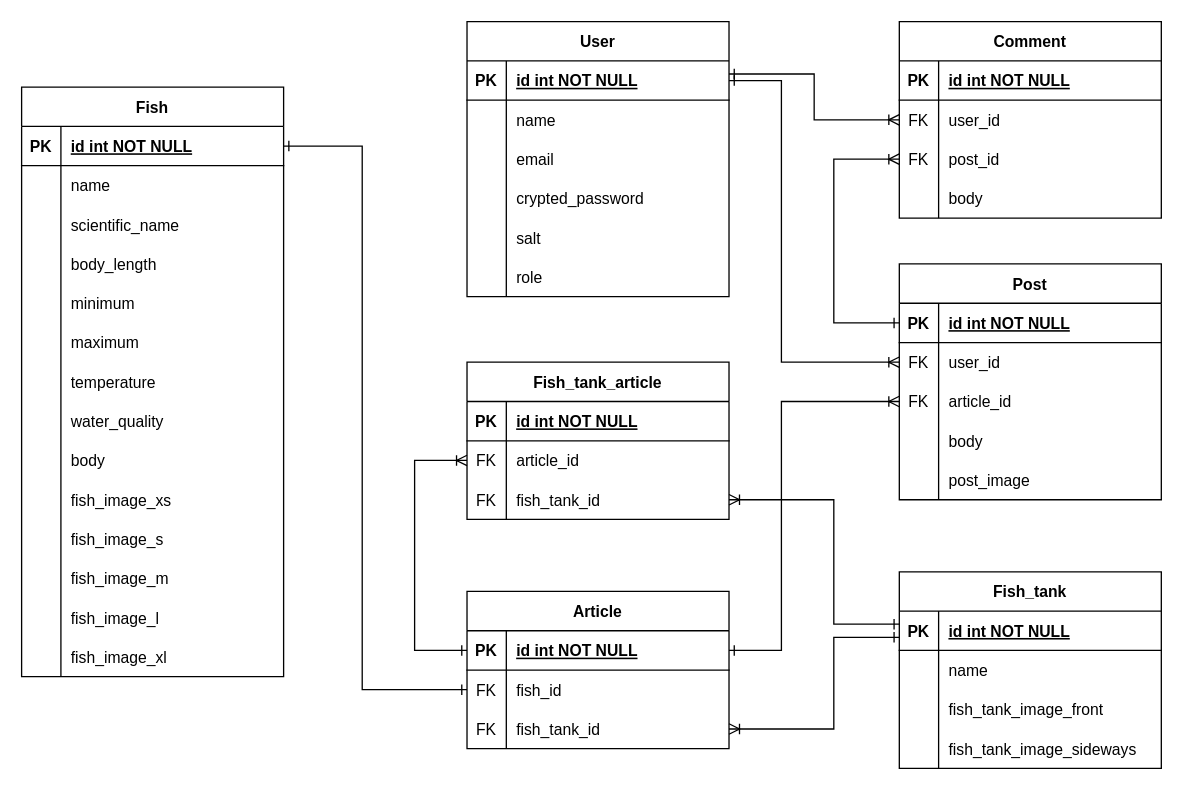
The draw.io diagram 名称未設定ファイル.drawio in kuro3415/how_to_keep_big_fish, before the edit. Source tidied: cells renumbered, new cells numbered last; positions are measured from the earlier drawing's top-left corner, leaving out a move shared by most shapes. Both pictures are drawn from the tidied source at 131%, with x=0, y=0 at pixel (21, 21).
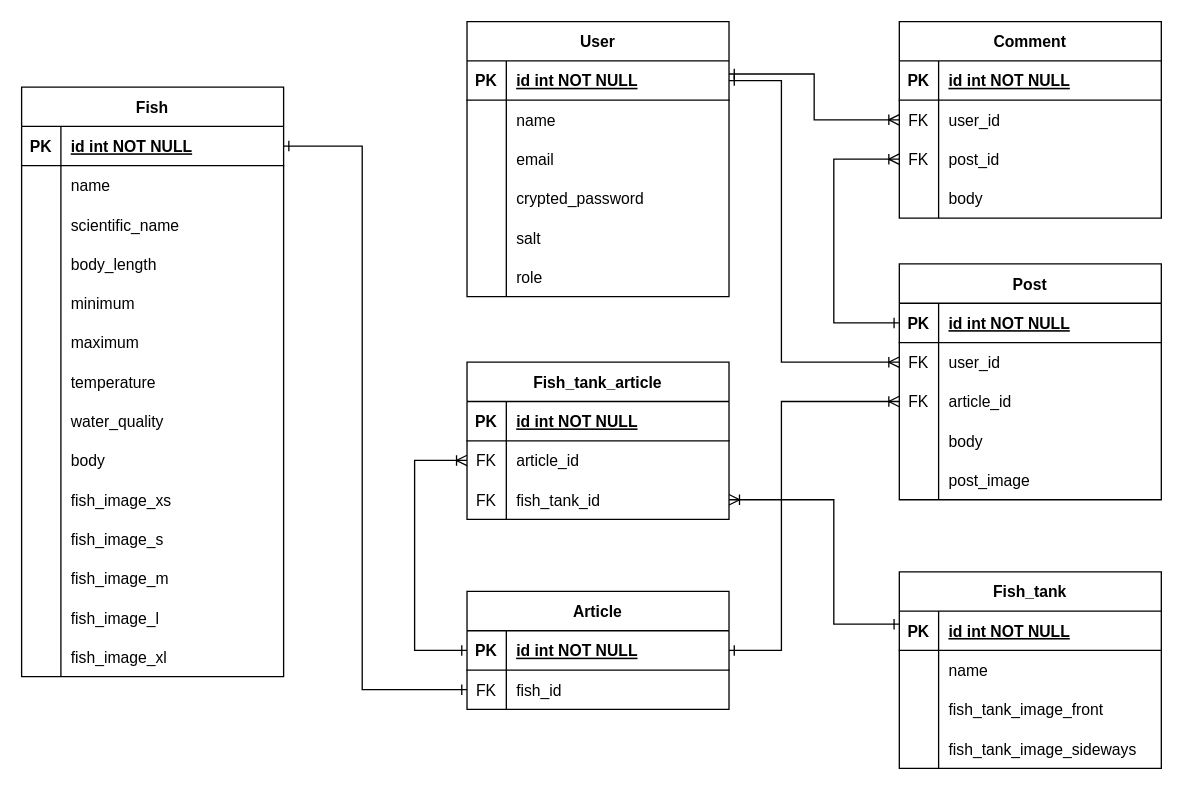
After the change.

Commit message:
名称未設定ファイル.drawio を更新します

Unchanged cells that the change refers to:
```xml
<mxCell id="75" style="shape=tableRow;horizontal=0;startSize=0;swimlaneHead=0;swimlaneBody=0;fillColor=none;points=[[0,0.5],[1,0.5]];portConstraint=eastwest;top=0;left=0;right=0;bottom=1;strokeWidth=1;" parent="74" vertex="1">
  <mxGeometry y="30" width="200" height="30" as="geometry" />
</mxCell>
```

Diff of the diagram source:
```diff
@@
     <mxCell id="21" value="Article" style="shape=table;startSize=30;childLayout=tableLayout;rowLines=0;fontStyle=1;align=center;strokeWidth=1;" parent="1" vertex="1">
-      <mxGeometry x="340" y="435" width="200" height="120" as="geometry" />
+      <mxGeometry x="340" y="435" width="200" height="90" as="geometry" />
     </mxCell>
@@
-    <mxCell id="28" style="shape=tableRow;horizontal=0;startSize=0;swimlaneHead=0;swimlaneBody=0;fillColor=none;points=[[0,0.5],[1,0.5]];portConstraint=eastwest;top=0;left=0;right=0;bottom=0;strokeWidth=1;" parent="21" vertex="1">
-      <mxGeometry y="90" width="200" height="30" as="geometry" />
-    </mxCell>
-    <mxCell id="29" value="FK" style="shape=partialRectangle;fillColor=none;top=0;left=0;bottom=0;right=0;overflow=hidden;strokeWidth=1;" parent="28" vertex="1">
-      <mxGeometry width="30" height="30" as="geometry" />
-    </mxCell>
-    <mxCell id="30" value="fish_tank_id" style="shape=partialRectangle;fillColor=none;top=0;left=0;bottom=0;right=0;align=left;spacingLeft=6;overflow=hidden;strokeWidth=1;" parent="28" vertex="1">
-      <mxGeometry x="30" width="170" height="30" as="geometry" />
-    </mxCell>
@@
-    <mxCell id="127" style="edgeStyle=orthogonalEdgeStyle;rounded=0;jettySize=auto;html=1;entryX=1;entryY=0.5;entryDx=0;entryDy=0;startArrow=ERone;startFill=0;endArrow=ERoneToMany;endFill=0;" parent="1" edge="1" source="75" target="28">
+    <mxCell id="127" style="edgeStyle=orthogonalEdgeStyle;rounded=0;jettySize=auto;html=1;entryX=1;entryY=0.5;entryDx=0;entryDy=0;startArrow=ERone;startFill=0;endArrow=ERoneToMany;endFill=0;" parent="1" edge="1" source="75">
       <mxGeometry relative="1" as="geometry">
         <Array as="points">
           <mxPoint x="620" y="470" />
           <mxPoint x="620" y="540" />
         </Array>
       </mxGeometry>
     </mxCell>
```
